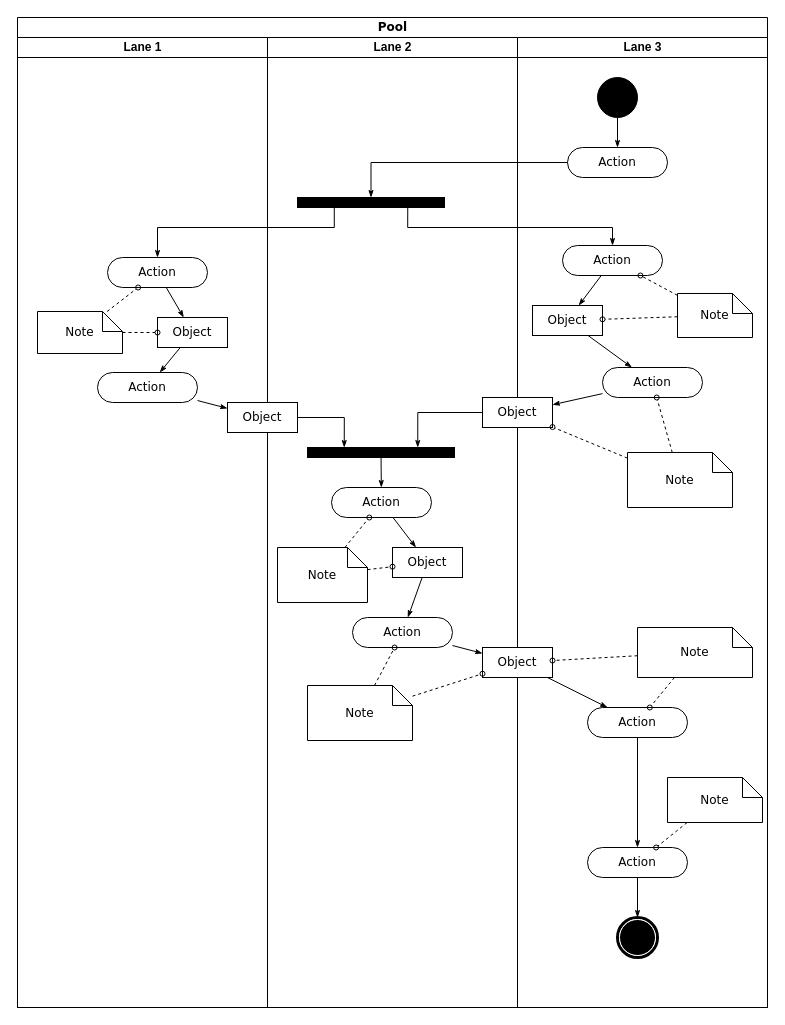
This is Untitled Diagram.drawio from luoping110/student, a draw.io file, before an edit. Source tidied: cells renumbered, new cells numbered last; positions are measured from the earlier drawing's top-left corner, leaving out a move shared by most shapes. Both pictures are drawn from the tidied source at 100%, with x=0, y=0 at pixel (17, 17).
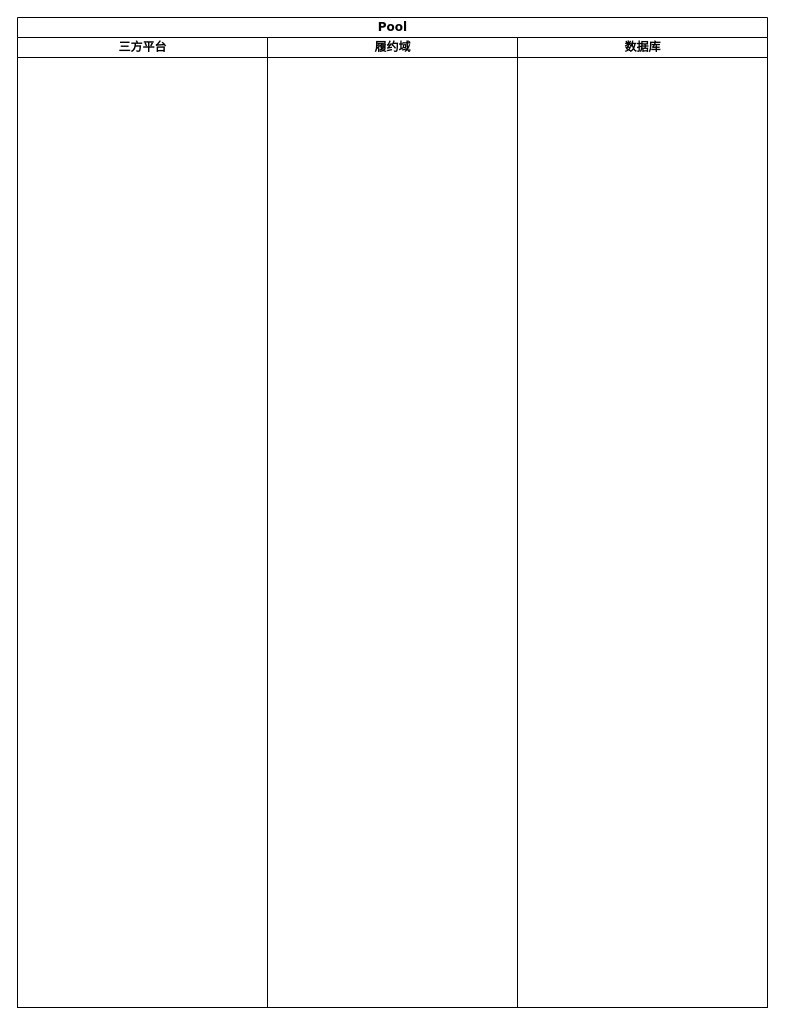
The same diagram, later.

Unchanged cells that the change refers to:
```xml
<mxCell id="2" value="Pool" style="swimlane;html=1;startSize=20;rounded=0;shadow=0;comic=0;labelBackgroundColor=none;strokeWidth=1;fontFamily=Verdana;fontSize=12;align=center;" parent="1" vertex="1">
  <mxGeometry width="750" height="990" as="geometry" />
</mxCell>
```

Diff of the diagram source:
```diff
@@
-    <mxCell id="3" value="Lane 1" style="swimlane;html=1;startSize=20;" parent="2" vertex="1">
+    <mxCell id="3" value="三方平台" style="swimlane;html=1;startSize=20;" parent="2" vertex="1">
       <mxGeometry y="20" width="250" height="970" as="geometry" />
     </mxCell>
-    <mxCell id="4" style="edgeStyle=none;rounded=0;html=1;labelBackgroundColor=none;startArrow=none;startFill=0;startSize=5;endArrow=classicThin;endFill=1;endSize=5;jettySize=auto;strokeWidth=1;fontFamily=Verdana;fontSize=12;" parent="3" edge="1" source="5" target="8">
-      <mxGeometry relative="1" as="geometry" />
-    </mxCell>
-    <mxCell id="5" value="Action" style="rounded=1;whiteSpace=wrap;html=1;shadow=0;comic=0;labelBackgroundColor=none;strokeWidth=1;fontFamily=Verdana;fontSize=12;align=center;arcSize=50;" parent="3" vertex="1">
-      <mxGeometry x="90" y="220" width="100" height="30" as="geometry" />
-    </mxCell>
-    <mxCell id="6" value="Action" style="rounded=1;whiteSpace=wrap;html=1;shadow=0;comic=0;labelBackgroundColor=none;strokeWidth=1;fontFamily=Verdana;fontSize=12;align=center;arcSize=50;" parent="3" vertex="1">
-      <mxGeometry x="80" y="335" width="100" height="30" as="geometry" />
-    </mxCell>
-    <mxCell id="7" style="edgeStyle=none;rounded=0;html=1;labelBackgroundColor=none;startArrow=none;startFill=0;startSize=5;endArrow=classicThin;endFill=1;endSize=5;jettySize=auto;strokeWidth=1;fontFamily=Verdana;fontSize=12;" parent="3" edge="1" source="8" target="6">
-      <mxGeometry relative="1" as="geometry" />
-    </mxCell>
-    <mxCell id="8" value="Object" style="rounded=0;whiteSpace=wrap;html=1;shadow=0;comic=0;labelBackgroundColor=none;strokeWidth=1;fontFamily=Verdana;fontSize=12;align=center;arcSize=50;" parent="3" vertex="1">
-      <mxGeometry x="140" y="280" width="70" height="30" as="geometry" />
-    </mxCell>
-    <mxCell id="9" style="edgeStyle=none;rounded=0;html=1;labelBackgroundColor=none;startArrow=none;startFill=0;startSize=5;endArrow=oval;endFill=0;endSize=5;jettySize=auto;strokeWidth=1;fontFamily=Verdana;fontSize=12;dashed=1;" parent="3" edge="1" source="11" target="5">
-      <mxGeometry relative="1" as="geometry" />
-    </mxCell>
-    <mxCell id="10" style="edgeStyle=none;rounded=0;html=1;dashed=1;labelBackgroundColor=none;startArrow=none;startFill=0;startSize=5;endArrow=oval;endFill=0;endSize=5;jettySize=auto;strokeWidth=1;fontFamily=Verdana;fontSize=12;" parent="3" edge="1" source="11" target="8">
-      <mxGeometry relative="1" as="geometry" />
-    </mxCell>
-    <mxCell id="11" value="Note" style="shape=note;whiteSpace=wrap;html=1;rounded=0;shadow=0;comic=0;labelBackgroundColor=none;strokeWidth=1;fontFamily=Verdana;fontSize=12;align=center;size=20;" parent="3" vertex="1">
-      <mxGeometry x="20" y="274" width="85" height="42" as="geometry" />
-    </mxCell>
-    <mxCell id="12" value="Lane 2" style="swimlane;html=1;startSize=20;" parent="2" vertex="1">
+    <mxCell id="12" value="履约域" style="swimlane;html=1;startSize=20;" parent="2" vertex="1">
       <mxGeometry x="250" y="20" width="250" height="970" as="geometry" />
     </mxCell>
-    <mxCell id="13" style="whiteSpace=wrap;html=1;rounded=0;shadow=0;comic=0;labelBackgroundColor=none;strokeWidth=1;fillColor=#000000;fontFamily=Verdana;fontSize=12;align=center;rotation=0;" parent="12" vertex="1">
-      <mxGeometry x="30" y="160" width="147" height="10" as="geometry" />
-    </mxCell>
-    <mxCell id="14" style="edgeStyle=none;rounded=0;html=1;labelBackgroundColor=none;startArrow=none;startFill=0;startSize=5;endArrow=classicThin;endFill=1;endSize=5;jettySize=auto;strokeWidth=1;fontFamily=Verdana;fontSize=12;" parent="12" edge="1" source="15" target="21">
-      <mxGeometry relative="1" as="geometry" />
-    </mxCell>
-    <mxCell id="15" value="Action" style="rounded=1;whiteSpace=wrap;html=1;shadow=0;comic=0;labelBackgroundColor=none;strokeWidth=1;fontFamily=Verdana;fontSize=12;align=center;arcSize=50;" parent="12" vertex="1">
-      <mxGeometry x="64" y="450" width="100" height="30" as="geometry" />
-    </mxCell>
-    <mxCell id="16" style="edgeStyle=none;rounded=0;html=1;labelBackgroundColor=none;startArrow=none;startFill=0;startSize=5;endArrow=classicThin;endFill=1;endSize=5;jettySize=auto;strokeWidth=1;fontFamily=Verdana;fontSize=12;" parent="12" edge="1" source="17" target="15">
-      <mxGeometry relative="1" as="geometry" />
-    </mxCell>
-    <mxCell id="17" style="whiteSpace=wrap;html=1;rounded=0;shadow=0;comic=0;labelBackgroundColor=none;strokeWidth=1;fillColor=#000000;fontFamily=Verdana;fontSize=12;align=center;rotation=0;" parent="12" vertex="1">
-      <mxGeometry x="40" y="410" width="147" height="10" as="geometry" />
-    </mxCell>
-    <mxCell id="18" style="edgeStyle=orthogonalEdgeStyle;rounded=0;html=1;entryX=0.25;entryY=0;labelBackgroundColor=none;startArrow=none;startFill=0;startSize=5;endArrow=classicThin;endFill=1;endSize=5;jettySize=auto;strokeWidth=1;fontFamily=Verdana;fontSize=12;" parent="12" edge="1" source="19" target="17">
-      <mxGeometry relative="1" as="geometry" />
-    </mxCell>
-    <mxCell id="19" value="Object" style="rounded=0;whiteSpace=wrap;html=1;shadow=0;comic=0;labelBackgroundColor=none;strokeWidth=1;fontFamily=Verdana;fontSize=12;align=center;arcSize=50;" parent="12" vertex="1">
-      <mxGeometry x="-40" y="365" width="70" height="30" as="geometry" />
-    </mxCell>
-    <mxCell id="20" style="edgeStyle=none;rounded=0;html=1;labelBackgroundColor=none;startArrow=none;startFill=0;startSize=5;endArrow=classicThin;endFill=1;endSize=5;jettySize=auto;strokeWidth=1;fontFamily=Verdana;fontSize=12;" parent="12" edge="1" source="21" target="22">
-      <mxGeometry relative="1" as="geometry" />
-    </mxCell>
-    <mxCell id="21" value="Object" style="rounded=0;whiteSpace=wrap;html=1;shadow=0;comic=0;labelBackgroundColor=none;strokeWidth=1;fontFamily=Verdana;fontSize=12;align=center;arcSize=50;" parent="12" vertex="1">
-      <mxGeometry x="125" y="510" width="70" height="30" as="geometry" />
-    </mxCell>
-    <mxCell id="22" value="Action" style="rounded=1;whiteSpace=wrap;html=1;shadow=0;comic=0;labelBackgroundColor=none;strokeWidth=1;fontFamily=Verdana;fontSize=12;align=center;arcSize=50;" parent="12" vertex="1">
-      <mxGeometry x="85" y="580" width="100" height="30" as="geometry" />
-    </mxCell>
-    <mxCell id="23" style="edgeStyle=none;rounded=0;html=1;dashed=1;labelBackgroundColor=none;startArrow=none;startFill=0;startSize=5;endArrow=oval;endFill=0;endSize=5;jettySize=auto;strokeWidth=1;fontFamily=Verdana;fontSize=12;" parent="12" edge="1" source="25" target="15">
-      <mxGeometry relative="1" as="geometry" />
-    </mxCell>
-    <mxCell id="24" style="edgeStyle=none;rounded=0;html=1;dashed=1;labelBackgroundColor=none;startArrow=none;startFill=0;startSize=5;endArrow=oval;endFill=0;endSize=5;jettySize=auto;strokeWidth=1;fontFamily=Verdana;fontSize=12;" parent="12" edge="1" source="25" target="21">
-      <mxGeometry relative="1" as="geometry" />
-    </mxCell>
-    <mxCell id="25" value="Note" style="shape=note;whiteSpace=wrap;html=1;rounded=0;shadow=0;comic=0;labelBackgroundColor=none;strokeWidth=1;fontFamily=Verdana;fontSize=12;align=center;size=20;" parent="12" vertex="1">
-      <mxGeometry x="10" y="510" width="90" height="55" as="geometry" />
-    </mxCell>
-    <mxCell id="26" style="edgeStyle=none;rounded=0;html=1;dashed=1;labelBackgroundColor=none;startArrow=none;startFill=0;startSize=5;endArrow=oval;endFill=0;endSize=5;jettySize=auto;strokeWidth=1;fontFamily=Verdana;fontSize=12;" parent="12" edge="1" source="27" target="22">
-      <mxGeometry relative="1" as="geometry" />
-    </mxCell>
-    <mxCell id="27" value="Note" style="shape=note;whiteSpace=wrap;html=1;rounded=0;shadow=0;comic=0;labelBackgroundColor=none;strokeWidth=1;fontFamily=Verdana;fontSize=12;align=center;size=20;" parent="12" vertex="1">
-      <mxGeometry x="40" y="648" width="105" height="55" as="geometry" />
-    </mxCell>
-    <mxCell id="28" value="Lane 3" style="swimlane;html=1;startSize=20;" parent="2" vertex="1">
+    <mxCell id="28" value="数据库" style="swimlane;html=1;startSize=20;" parent="2" vertex="1">
       <mxGeometry x="500" y="20" width="250" height="970" as="geometry" />
     </mxCell>
-    <mxCell id="29" style="edgeStyle=orthogonalEdgeStyle;rounded=0;html=1;labelBackgroundColor=none;startArrow=none;startFill=0;startSize=5;endArrow=classicThin;endFill=1;endSize=5;jettySize=auto;strokeWidth=1;fontFamily=Verdana;fontSize=12;" parent="28" edge="1" source="30" target="31">
-      <mxGeometry relative="1" as="geometry" />
-    </mxCell>
-    <mxCell id="30" style="ellipse;whiteSpace=wrap;html=1;rounded=0;shadow=0;comic=0;labelBackgroundColor=none;strokeWidth=1;fillColor=#000000;fontFamily=Verdana;fontSize=12;align=center;" parent="28" vertex="1">
-      <mxGeometry x="80" y="40" width="40" height="40" as="geometry" />
-    </mxCell>
-    <mxCell id="31" value="Action" style="rounded=1;whiteSpace=wrap;html=1;shadow=0;comic=0;labelBackgroundColor=none;strokeWidth=1;fontFamily=Verdana;fontSize=12;align=center;arcSize=50;" parent="28" vertex="1">
-      <mxGeometry x="50" y="110" width="100" height="30" as="geometry" />
-    </mxCell>
-    <mxCell id="32" style="rounded=0;html=1;labelBackgroundColor=none;startArrow=none;startFill=0;startSize=5;endArrow=classicThin;endFill=1;endSize=5;jettySize=auto;strokeWidth=1;fontFamily=Verdana;fontSize=12;" parent="28" edge="1" source="33" target="37">
-      <mxGeometry relative="1" as="geometry" />
-    </mxCell>
-    <mxCell id="33" value="Action" style="rounded=1;whiteSpace=wrap;html=1;shadow=0;comic=0;labelBackgroundColor=none;strokeWidth=1;fontFamily=Verdana;fontSize=12;align=center;arcSize=50;" parent="28" vertex="1">
-      <mxGeometry x="45" y="208" width="100" height="30" as="geometry" />
-    </mxCell>
-    <mxCell id="34" style="edgeStyle=none;rounded=0;html=1;labelBackgroundColor=none;startArrow=none;startFill=0;startSize=5;endArrow=classicThin;endFill=1;endSize=5;jettySize=auto;strokeWidth=1;fontFamily=Verdana;fontSize=12;" parent="28" edge="1" source="35" target="38">
-      <mxGeometry relative="1" as="geometry" />
-    </mxCell>
-    <mxCell id="35" value="Action" style="rounded=1;whiteSpace=wrap;html=1;shadow=0;comic=0;labelBackgroundColor=none;strokeWidth=1;fontFamily=Verdana;fontSize=12;align=center;arcSize=50;" parent="28" vertex="1">
-      <mxGeometry x="85" y="330" width="100" height="30" as="geometry" />
-    </mxCell>
-    <mxCell id="36" style="edgeStyle=none;rounded=0;html=1;labelBackgroundColor=none;startArrow=none;startFill=0;startSize=5;endArrow=classicThin;endFill=1;endSize=5;jettySize=auto;strokeWidth=1;fontFamily=Verdana;fontSize=12;" parent="28" edge="1" source="37" target="35">
-      <mxGeometry relative="1" as="geometry" />
-    </mxCell>
-    <mxCell id="37" value="Object" style="rounded=0;whiteSpace=wrap;html=1;shadow=0;comic=0;labelBackgroundColor=none;strokeWidth=1;fontFamily=Verdana;fontSize=12;align=center;arcSize=50;" parent="28" vertex="1">
-      <mxGeometry x="15" y="268" width="70" height="30" as="geometry" />
-    </mxCell>
-    <mxCell id="38" value="Object" style="rounded=0;whiteSpace=wrap;html=1;shadow=0;comic=0;labelBackgroundColor=none;strokeWidth=1;fontFamily=Verdana;fontSize=12;align=center;arcSize=50;" parent="28" vertex="1">
-      <mxGeometry x="-35" y="360" width="70" height="30" as="geometry" />
-    </mxCell>
-    <mxCell id="39" style="edgeStyle=none;rounded=0;html=1;labelBackgroundColor=none;startArrow=none;startFill=0;startSize=5;endArrow=classicThin;endFill=1;endSize=5;jettySize=auto;strokeWidth=1;fontFamily=Verdana;fontSize=12;" parent="28" edge="1" source="40" target="42">
-      <mxGeometry relative="1" as="geometry" />
-    </mxCell>
-    <mxCell id="40" value="Object" style="rounded=0;whiteSpace=wrap;html=1;shadow=0;comic=0;labelBackgroundColor=none;strokeWidth=1;fontFamily=Verdana;fontSize=12;align=center;arcSize=50;" parent="28" vertex="1">
-      <mxGeometry x="-35" y="610" width="70" height="30" as="geometry" />
-    </mxCell>
-    <mxCell id="41" style="edgeStyle=none;rounded=0;html=1;labelBackgroundColor=none;startArrow=none;startFill=0;startSize=5;endArrow=classicThin;endFill=1;endSize=5;jettySize=auto;strokeWidth=1;fontFamily=Verdana;fontSize=12;" parent="28" edge="1" source="42" target="44">
-      <mxGeometry relative="1" as="geometry" />
-    </mxCell>
-    <mxCell id="42" value="Action" style="rounded=1;whiteSpace=wrap;html=1;shadow=0;comic=0;labelBackgroundColor=none;strokeWidth=1;fontFamily=Verdana;fontSize=12;align=center;arcSize=50;" parent="28" vertex="1">
-      <mxGeometry x="70" y="670" width="100" height="30" as="geometry" />
-    </mxCell>
-    <mxCell id="43" style="edgeStyle=none;rounded=0;html=1;labelBackgroundColor=none;startArrow=none;startFill=0;startSize=5;endArrow=classicThin;endFill=1;endSize=5;jettySize=auto;strokeWidth=1;fontFamily=Verdana;fontSize=12;" parent="28" edge="1" source="44" target="45">
-      <mxGeometry relative="1" as="geometry" />
-    </mxCell>
-    <mxCell id="44" value="Action" style="rounded=1;whiteSpace=wrap;html=1;shadow=0;comic=0;labelBackgroundColor=none;strokeWidth=1;fontFamily=Verdana;fontSize=12;align=center;arcSize=50;" parent="28" vertex="1">
-      <mxGeometry x="70" y="810" width="100" height="30" as="geometry" />
-    </mxCell>
-    <mxCell id="45" style="shape=mxgraph.bpmn.shape;html=1;verticalLabelPosition=bottom;labelBackgroundColor=#ffffff;verticalAlign=top;perimeter=ellipsePerimeter;outline=end;symbol=terminate;rounded=0;shadow=0;comic=0;strokeWidth=1;fontFamily=Verdana;fontSize=12;align=center;" parent="28" vertex="1">
-      <mxGeometry x="100" y="880" width="40" height="40" as="geometry" />
-    </mxCell>
-    <mxCell id="46" style="edgeStyle=none;rounded=0;html=1;dashed=1;labelBackgroundColor=none;startArrow=none;startFill=0;startSize=5;endArrow=oval;endFill=0;endSize=5;jettySize=auto;strokeWidth=1;fontFamily=Verdana;fontSize=12;" parent="28" edge="1" source="48" target="33">
-      <mxGeometry relative="1" as="geometry" />
-    </mxCell>
-    <mxCell id="47" style="edgeStyle=none;rounded=0;html=1;dashed=1;labelBackgroundColor=none;startArrow=none;startFill=0;startSize=5;endArrow=oval;endFill=0;endSize=5;jettySize=auto;strokeWidth=1;fontFamily=Verdana;fontSize=12;" parent="28" edge="1" source="48" target="37">
-      <mxGeometry relative="1" as="geometry" />
-    </mxCell>
-    <mxCell id="48" value="Note" style="shape=note;whiteSpace=wrap;html=1;rounded=0;shadow=0;comic=0;labelBackgroundColor=none;strokeWidth=1;fontFamily=Verdana;fontSize=12;align=center;size=20;" parent="28" vertex="1">
-      <mxGeometry x="160" y="256" width="75" height="44" as="geometry" />
-    </mxCell>
-    <mxCell id="49" style="edgeStyle=none;rounded=0;html=1;dashed=1;labelBackgroundColor=none;startArrow=none;startFill=0;startSize=5;endArrow=oval;endFill=0;endSize=5;jettySize=auto;strokeWidth=1;fontFamily=Verdana;fontSize=12;" parent="28" edge="1" source="51" target="35">
-      <mxGeometry relative="1" as="geometry" />
-    </mxCell>
-    <mxCell id="50" style="edgeStyle=none;rounded=0;html=1;dashed=1;labelBackgroundColor=none;startArrow=none;startFill=0;startSize=5;endArrow=oval;endFill=0;endSize=5;jettySize=auto;strokeWidth=1;fontFamily=Verdana;fontSize=12;" parent="28" edge="1" source="51" target="38">
-      <mxGeometry relative="1" as="geometry" />
-    </mxCell>
-    <mxCell id="51" value="Note" style="shape=note;whiteSpace=wrap;html=1;rounded=0;shadow=0;comic=0;labelBackgroundColor=none;strokeWidth=1;fontFamily=Verdana;fontSize=12;align=center;size=20;" parent="28" vertex="1">
-      <mxGeometry x="110" y="415" width="105" height="55" as="geometry" />
-    </mxCell>
-    <mxCell id="52" style="edgeStyle=none;rounded=0;html=1;dashed=1;labelBackgroundColor=none;startArrow=none;startFill=0;startSize=5;endArrow=oval;endFill=0;endSize=5;jettySize=auto;strokeWidth=1;fontFamily=Verdana;fontSize=12;" parent="28" edge="1" source="54" target="42">
-      <mxGeometry relative="1" as="geometry" />
-    </mxCell>
-    <mxCell id="53" style="edgeStyle=none;rounded=0;html=1;dashed=1;labelBackgroundColor=none;startArrow=none;startFill=0;startSize=5;endArrow=oval;endFill=0;endSize=5;jettySize=auto;strokeWidth=1;fontFamily=Verdana;fontSize=12;" parent="28" edge="1" source="54" target="40">
-      <mxGeometry relative="1" as="geometry" />
-    </mxCell>
-    <mxCell id="54" value="Note" style="shape=note;whiteSpace=wrap;html=1;rounded=0;shadow=0;comic=0;labelBackgroundColor=none;strokeWidth=1;fontFamily=Verdana;fontSize=12;align=center;size=20;" parent="28" vertex="1">
-      <mxGeometry x="120" y="590" width="115" height="50" as="geometry" />
-    </mxCell>
-    <mxCell id="55" style="edgeStyle=none;rounded=0;html=1;dashed=1;labelBackgroundColor=none;startArrow=none;startFill=0;startSize=5;endArrow=oval;endFill=0;endSize=5;jettySize=auto;strokeWidth=1;fontFamily=Verdana;fontSize=12;" parent="28" edge="1" source="56" target="44">
-      <mxGeometry relative="1" as="geometry" />
-    </mxCell>
-    <mxCell id="56" value="Note" style="shape=note;whiteSpace=wrap;html=1;rounded=0;shadow=0;comic=0;labelBackgroundColor=none;strokeWidth=1;fontFamily=Verdana;fontSize=12;align=center;size=20;" parent="28" vertex="1">
-      <mxGeometry x="150" y="740" width="95" height="45" as="geometry" />
-    </mxCell>
-    <mxCell id="57" style="edgeStyle=orthogonalEdgeStyle;rounded=0;html=1;entryX=0.5;entryY=0;labelBackgroundColor=none;startArrow=none;startFill=0;startSize=5;endArrow=classicThin;endFill=1;endSize=5;jettySize=auto;strokeWidth=1;fontFamily=Verdana;fontSize=12;" parent="2" edge="1" source="31" target="13">
-      <mxGeometry relative="1" as="geometry">
-        <Array as="points">
-          <mxPoint x="354" y="145" />
-        </Array>
-      </mxGeometry>
-    </mxCell>
-    <mxCell id="58" style="edgeStyle=orthogonalEdgeStyle;rounded=0;html=1;exitX=0.75;exitY=1;labelBackgroundColor=none;startArrow=none;startFill=0;startSize=5;endArrow=classicThin;endFill=1;endSize=5;jettySize=auto;strokeWidth=1;fontFamily=Verdana;fontSize=12;" parent="2" edge="1" source="13" target="33">
-      <mxGeometry relative="1" as="geometry">
-        <Array as="points">
-          <mxPoint x="390" y="210" />
-          <mxPoint x="595" y="210" />
-        </Array>
-      </mxGeometry>
-    </mxCell>
-    <mxCell id="59" style="edgeStyle=orthogonalEdgeStyle;rounded=0;html=1;exitX=0.25;exitY=1;entryX=0.5;entryY=0;labelBackgroundColor=none;startArrow=none;startFill=0;startSize=5;endArrow=classicThin;endFill=1;endSize=5;jettySize=auto;strokeWidth=1;fontFamily=Verdana;fontSize=12;" parent="2" edge="1" source="13" target="5">
-      <mxGeometry relative="1" as="geometry">
-        <Array as="points">
-          <mxPoint x="317" y="210" />
-          <mxPoint x="140" y="210" />
-        </Array>
-      </mxGeometry>
-    </mxCell>
-    <mxCell id="60" style="edgeStyle=orthogonalEdgeStyle;rounded=0;html=1;entryX=0.75;entryY=0;labelBackgroundColor=none;startArrow=none;startFill=0;startSize=5;endArrow=classicThin;endFill=1;endSize=5;jettySize=auto;strokeWidth=1;fontFamily=Verdana;fontSize=12;" parent="2" edge="1" source="38" target="17">
-      <mxGeometry relative="1" as="geometry" />
-    </mxCell>
-    <mxCell id="61" style="edgeStyle=none;rounded=0;html=1;labelBackgroundColor=none;startArrow=none;startFill=0;startSize=5;endArrow=classicThin;endFill=1;endSize=5;jettySize=auto;strokeWidth=1;fontFamily=Verdana;fontSize=12;" parent="2" edge="1" source="6" target="19">
-      <mxGeometry relative="1" as="geometry" />
-    </mxCell>
-    <mxCell id="62" style="edgeStyle=none;rounded=0;html=1;labelBackgroundColor=none;startArrow=none;startFill=0;startSize=5;endArrow=classicThin;endFill=1;endSize=5;jettySize=auto;strokeWidth=1;fontFamily=Verdana;fontSize=12;" parent="2" edge="1" source="22" target="40">
-      <mxGeometry relative="1" as="geometry" />
-    </mxCell>
-    <mxCell id="63" style="edgeStyle=none;rounded=0;html=1;dashed=1;labelBackgroundColor=none;startArrow=none;startFill=0;startSize=5;endArrow=oval;endFill=0;endSize=5;jettySize=auto;strokeWidth=1;fontFamily=Verdana;fontSize=12;" parent="2" edge="1" source="27" target="40">
-      <mxGeometry relative="1" as="geometry" />
-    </mxCell>
```
